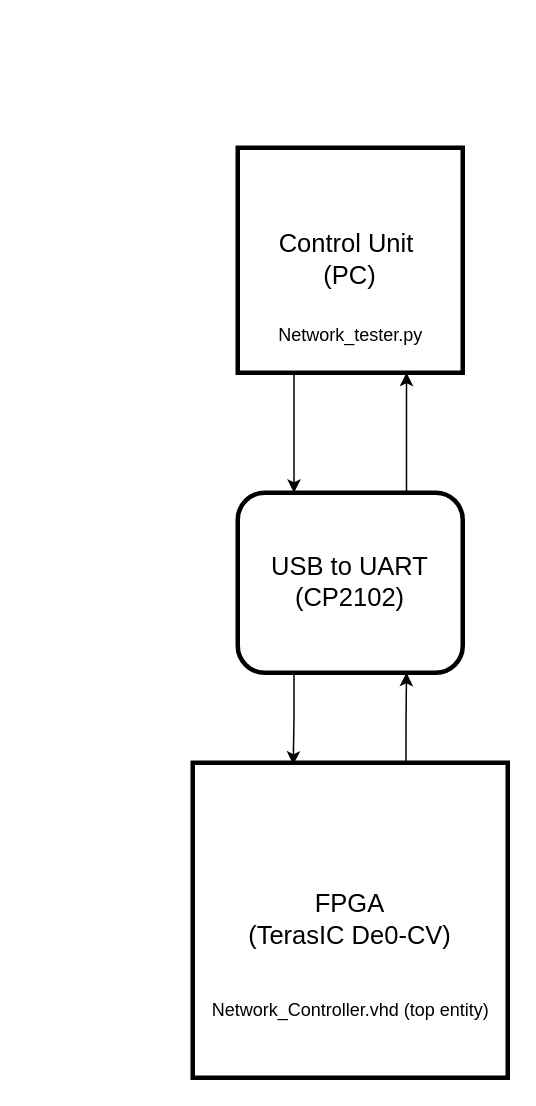
Above: page "Neural_network_Testing_scheme" (2 of 2) of doc/Schematics.drawio in KrzysztofPr/Neural_network (draw.io), before the change. Source tidied: cells renumbered, new cells numbered last; positions are measured from the earlier drawing's top-left corner, leaving out a move shared by most shapes. Both pictures are drawn from the tidied source at 150%, with x=0, y=0 at pixel (192, 147).
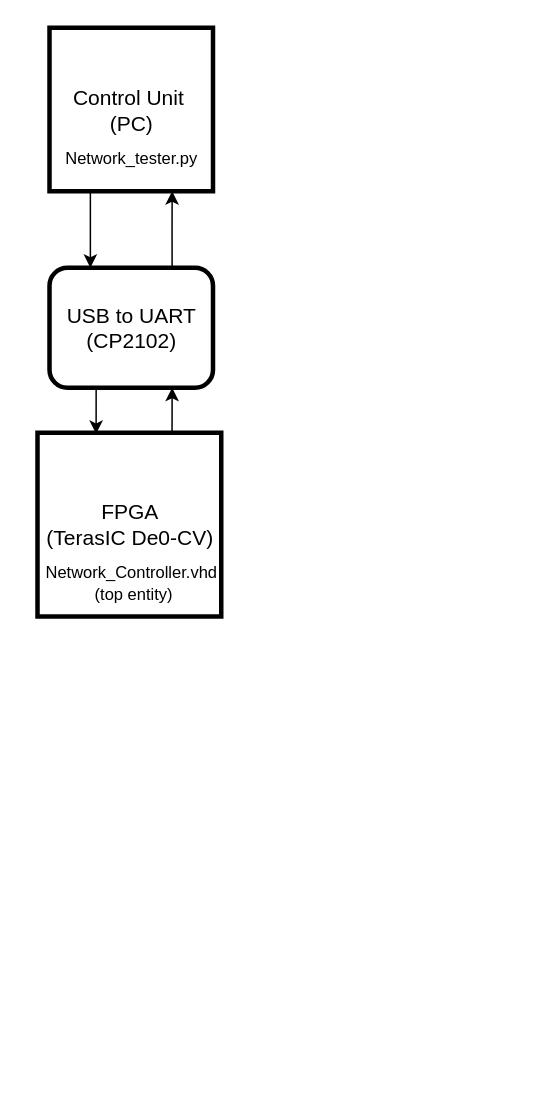
Above is the later version.

Diff of the diagram source:
```diff
@@
 <mxGraphModel>
   <root>
     <mxCell id="0" />
     <mxCell id="1" parent="0" />
     <mxCell id="2" style="edgeStyle=orthogonalEdgeStyle;rounded=0;jettySize=auto;html=1;exitX=0.25;exitY=1;exitDx=0;exitDy=0;fontFamily=Helvetica;fontSize=12;fontColor=default;entryX=0;entryY=0.75;entryDx=0;entryDy=0;" parent="1" edge="1" source="3" target="6">
       <mxGeometry relative="1" as="geometry" />
     </mxCell>
-    <mxCell id="3" value="&lt;font style=&quot;font-size: 17px;&quot;&gt;Control Unit&amp;nbsp;&lt;br&gt;(PC)&lt;/font&gt;" style="whiteSpace=wrap;html=1;labelBackgroundColor=default;align=center;verticalAlign=middle;fontFamily=Helvetica;fontSize=12;fontColor=default;fillColor=none;gradientColor=none;strokeWidth=3;" parent="1" vertex="1">
-      <mxGeometry x="30" width="150" height="150" as="geometry" />
+    <mxCell id="3" value="&lt;font style=&quot;font-size: 14px;&quot;&gt;Control Unit&amp;nbsp;&lt;br&gt;(PC)&lt;/font&gt;" style="whiteSpace=wrap;html=1;labelBackgroundColor=default;align=center;verticalAlign=middle;fontFamily=Helvetica;fontSize=12;fontColor=default;fillColor=none;gradientColor=none;strokeWidth=3;" parent="1" vertex="1">
+      <mxGeometry x="-95.5" y="-80" width="109" height="109" as="geometry" />
     </mxCell>
     <mxCell id="4" style="edgeStyle=orthogonalEdgeStyle;rounded=0;jettySize=auto;html=1;exitX=1;exitY=0.75;exitDx=0;exitDy=0;entryX=0.319;entryY=0.006;entryDx=0;entryDy=0;fontFamily=Helvetica;fontSize=12;fontColor=default;entryPerimeter=0;" parent="1" edge="1" source="6" target="8">
       <mxGeometry relative="1" as="geometry" />
     </mxCell>
     <mxCell id="5" style="edgeStyle=orthogonalEdgeStyle;rounded=0;jettySize=auto;html=1;exitX=0;exitY=0.25;exitDx=0;exitDy=0;entryX=0.75;entryY=1;entryDx=0;entryDy=0;fontFamily=Helvetica;fontSize=12;fontColor=default;" parent="1" edge="1" source="6" target="3">
       <mxGeometry relative="1" as="geometry" />
     </mxCell>
-    <mxCell id="6" value="&lt;font style=&quot;font-size: 17px;&quot;&gt;USB to UART&lt;br&gt;(CP2102)&lt;/font&gt;" style="rounded=1;whiteSpace=wrap;html=1;labelBackgroundColor=default;align=center;verticalAlign=middle;fontFamily=Helvetica;fontSize=12;fontColor=default;fillColor=none;gradientColor=none;direction=south;strokeWidth=3;" parent="1" vertex="1">
-      <mxGeometry x="30" y="230" width="150" height="120" as="geometry" />
+    <mxCell id="6" value="&lt;font style=&quot;font-size: 14px;&quot;&gt;USB to UART&lt;br&gt;(CP2102)&lt;/font&gt;" style="rounded=1;whiteSpace=wrap;html=1;labelBackgroundColor=default;align=center;verticalAlign=middle;fontFamily=Helvetica;fontSize=12;fontColor=default;fillColor=none;gradientColor=none;direction=south;strokeWidth=3;" parent="1" vertex="1">
+      <mxGeometry x="-95.5" y="80" width="109" height="80" as="geometry" />
     </mxCell>
     <mxCell id="7" style="edgeStyle=orthogonalEdgeStyle;rounded=0;jettySize=auto;html=1;exitX=0.677;exitY=0.006;exitDx=0;exitDy=0;entryX=1;entryY=0.25;entryDx=0;entryDy=0;fontFamily=Helvetica;fontSize=12;fontColor=default;exitPerimeter=0;" parent="1" edge="1" source="8" target="6">
       <mxGeometry relative="1" as="geometry" />
     </mxCell>
-    <mxCell id="8" value="&lt;font style=&quot;font-size: 17px;&quot;&gt;FPGA&lt;br&gt;(TerasIC De0-CV)&lt;/font&gt;" style="whiteSpace=wrap;html=1;labelBackgroundColor=default;align=center;verticalAlign=middle;fontFamily=Helvetica;fontSize=12;fontColor=default;fillColor=none;gradientColor=none;strokeWidth=3;" parent="1" vertex="1">
-      <mxGeometry y="410" width="210" height="210" as="geometry" />
+    <mxCell id="8" value="&lt;font style=&quot;font-size: 14px;&quot;&gt;FPGA&lt;br&gt;(TerasIC De0-CV)&lt;/font&gt;" style="whiteSpace=wrap;html=1;labelBackgroundColor=default;align=center;verticalAlign=middle;fontFamily=Helvetica;fontSize=12;fontColor=default;fillColor=none;gradientColor=none;strokeWidth=3;" parent="1" vertex="1">
+      <mxGeometry x="-103.5" y="190" width="122.5" height="122.5" as="geometry" />
     </mxCell>
-    <mxCell id="9" value="Network_Controller.vhd (top entity)" style="text;html=1;align=center;verticalAlign=middle;strokeColor=none;fillColor=none;fontSize=12;fontFamily=Helvetica;fontColor=default;" parent="1" vertex="1">
-      <mxGeometry y="560" width="210" height="30" as="geometry" />
+    <mxCell id="9" value="&lt;font style=&quot;font-size: 11px;&quot;&gt;Network_Controller.vhd&lt;br&gt;&amp;nbsp;(top entity)&lt;/font&gt;" style="text;html=1;align=center;verticalAlign=middle;strokeColor=none;fillColor=none;fontSize=12;fontFamily=Helvetica;fontColor=default;" parent="1" vertex="1">
+      <mxGeometry x="-111" y="270" width="140" height="40" as="geometry" />
     </mxCell>
-    <mxCell id="10" value="Network_tester.py" style="text;html=1;align=center;verticalAlign=middle;strokeColor=none;fillColor=none;fontSize=12;fontFamily=Helvetica;fontColor=default;" parent="1" vertex="1">
-      <mxGeometry x="45" y="110" width="120" height="30" as="geometry" />
+    <mxCell id="10" value="&lt;font style=&quot;font-size: 11px;&quot;&gt;Network_tester.py&lt;/font&gt;" style="text;html=1;align=center;verticalAlign=middle;strokeColor=none;fillColor=none;fontSize=12;fontFamily=Helvetica;fontColor=default;" parent="1" vertex="1">
+      <mxGeometry x="-96" y="-8" width="110" height="30" as="geometry" />
     </mxCell>
   </root>
 </mxGraphModel>
```
